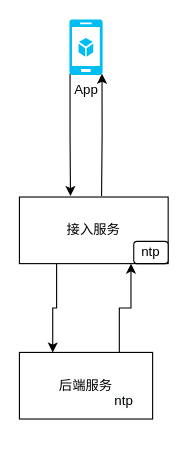
Above: Untitled Diagram.drawio in bleedfish/hello-world (draw.io), before the change. Source tidied: cells renumbered, new cells numbered last; positions are measured from the earlier drawing's top-left corner, leaving out a move shared by most shapes. Both pictures are drawn from the tidied source at 111%, with x=0, y=0 at pixel (19, 19).
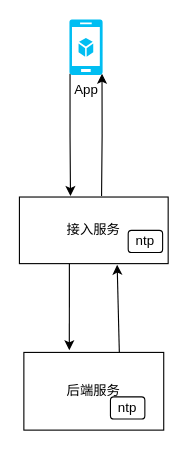
The same diagram, later.

What changed in the source:
```diff
@@
 <mxGraphModel>
   <root>
     <mxCell id="0" />
     <mxCell id="1" parent="0" />
     <mxCell id="2" style="edgeStyle=orthogonalEdgeStyle;rounded=0;jettySize=auto;html=1;exitX=0.02;exitY=0.98;exitDx=0;exitDy=0;exitPerimeter=0;" parent="1" edge="1" source="3">
       <mxGeometry relative="1" as="geometry">
         <mxPoint x="46" y="159" as="targetPoint" />
       </mxGeometry>
     </mxCell>
     <mxCell id="3" value="App" style="verticalLabelPosition=bottom;html=1;verticalAlign=top;align=center;strokeColor=none;fillColor=#00BEF2;shape=mxgraph.azure.mobile_services;" parent="1" vertex="1">
       <mxGeometry x="45" width="30" height="50" as="geometry" />
     </mxCell>
+    <mxCell id="5" style="edgeStyle=orthogonalEdgeStyle;rounded=0;jettySize=auto;html=1;entryX=0.98;entryY=0.98;entryDx=0;entryDy=0;entryPerimeter=0;" parent="1" edge="1" target="3">
+      <mxGeometry relative="1" as="geometry">
+        <mxPoint x="74" y="159" as="sourcePoint" />
+      </mxGeometry>
+    </mxCell>
-    <mxCell id="4" style="edgeStyle=orthogonalEdgeStyle;rounded=0;jettySize=auto;html=1;exitX=0.25;exitY=1;exitDx=0;exitDy=0;entryX=0.25;entryY=0;entryDx=0;entryDy=0;" parent="1" edge="1" source="6" target="8">
+    <mxCell id="4" style="edgeStyle=none;rounded=0;jettySize=auto;html=1;exitX=0.336;exitY=1;exitDx=0;exitDy=0;entryX=0.325;entryY=-0.029;entryDx=0;entryDy=0;exitPerimeter=0;entryPerimeter=0;" parent="1" edge="1" source="6" target="8">
       <mxGeometry relative="1" as="geometry" />
     </mxCell>
-    <mxCell id="5" style="edgeStyle=orthogonalEdgeStyle;rounded=0;jettySize=auto;html=1;entryX=0.98;entryY=0.98;entryDx=0;entryDy=0;entryPerimeter=0;" parent="1" edge="1" target="3">
-      <mxGeometry relative="1" as="geometry">
-        <mxPoint x="74" y="159" as="sourcePoint" />
-      </mxGeometry>
-    </mxCell>
     <mxCell id="6" value="接入服务" style="rounded=0;whiteSpace=wrap;html=1;" parent="1" vertex="1">
       <mxGeometry y="160" width="134" height="60" as="geometry" />
     </mxCell>
-    <mxCell id="7" style="edgeStyle=orthogonalEdgeStyle;rounded=0;jettySize=auto;html=1;exitX=0.75;exitY=0;exitDx=0;exitDy=0;entryX=0.75;entryY=1;entryDx=0;entryDy=0;" parent="1" edge="1" source="8" target="6">
+    <mxCell id="7" style="edgeStyle=none;rounded=0;jettySize=auto;html=1;exitX=0.683;exitY=0.029;exitDx=0;exitDy=0;entryX=0.657;entryY=1.017;entryDx=0;entryDy=0;entryPerimeter=0;exitPerimeter=0;" parent="1" edge="1" source="8" target="6">
       <mxGeometry relative="1" as="geometry" />
     </mxCell>
     <mxCell id="8" value="后端服务" style="rounded=0;whiteSpace=wrap;html=1;" parent="1" vertex="1">
-      <mxGeometry y="300" width="120" height="60" as="geometry" />
+      <mxGeometry x="4" y="300" width="126" height="70" as="geometry" />
     </mxCell>
     <mxCell id="9" value="ntp" style="rounded=1;whiteSpace=wrap;html=1;" parent="1" vertex="1">
-      <mxGeometry x="103" y="200" width="31" height="20" as="geometry" />
+      <mxGeometry x="98" y="190" width="31" height="20" as="geometry" />
     </mxCell>
-    <mxCell id="10" value="&lt;span style=&quot;color: rgb(0, 0, 0); font-family: helvetica; font-size: 12px; font-style: normal; font-weight: 400; letter-spacing: normal; text-align: center; text-indent: 0px; text-transform: none; word-spacing: 0px; background-color: rgb(248, 249, 250); display: inline; float: none;&quot;&gt;ntp&lt;/span&gt;" style="text;whiteSpace=wrap;html=1;" parent="1" vertex="1">
-      <mxGeometry x="84" y="330" width="40" height="30" as="geometry" />
+    <mxCell id="10" value="ntp" style="rounded=1;whiteSpace=wrap;html=1;" parent="1" vertex="1">
+      <mxGeometry x="82" y="340" width="31" height="20" as="geometry" />
     </mxCell>
   </root>
 </mxGraphModel>
```
